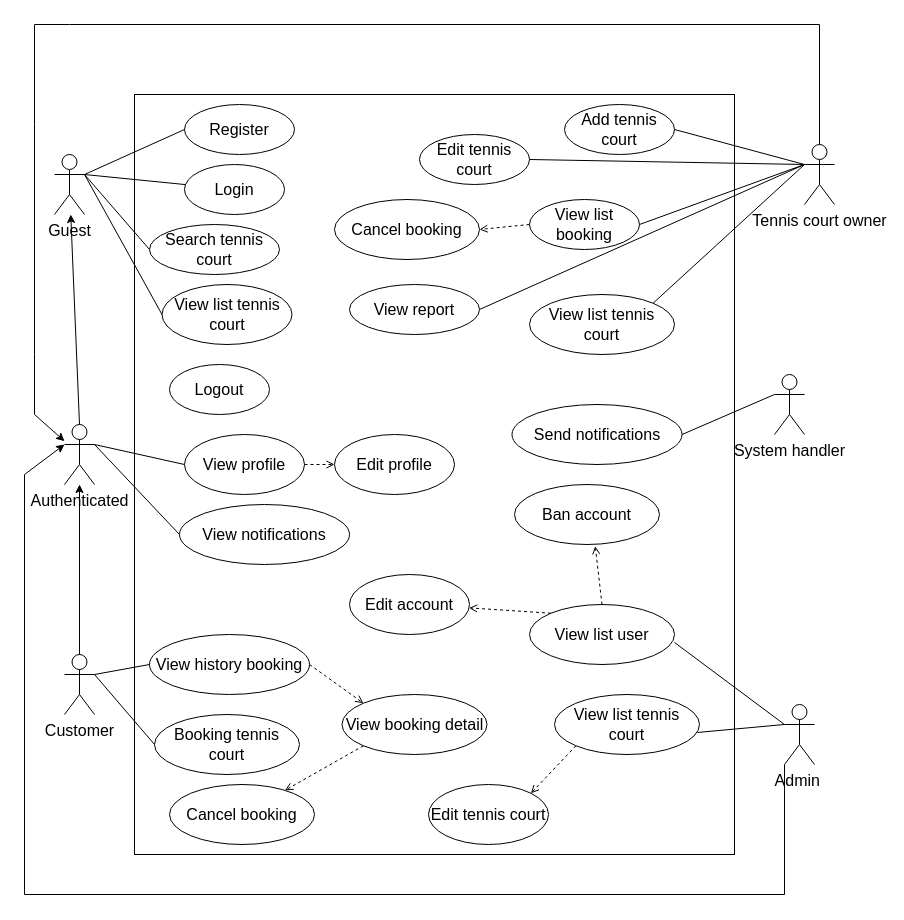
Before: page "System Boundary" (2 of 3) of PrepareDatabase/ERD.drawio in TienVM-02/CourtTennisBooking, a draw.io diagram. Source tidied: cells renumbered, new cells numbered last; positions are measured from the earlier drawing's top-left corner, leaving out a move shared by most shapes. Both pictures are drawn from the tidied source at 100%, with x=0, y=0 at pixel (24, 24).
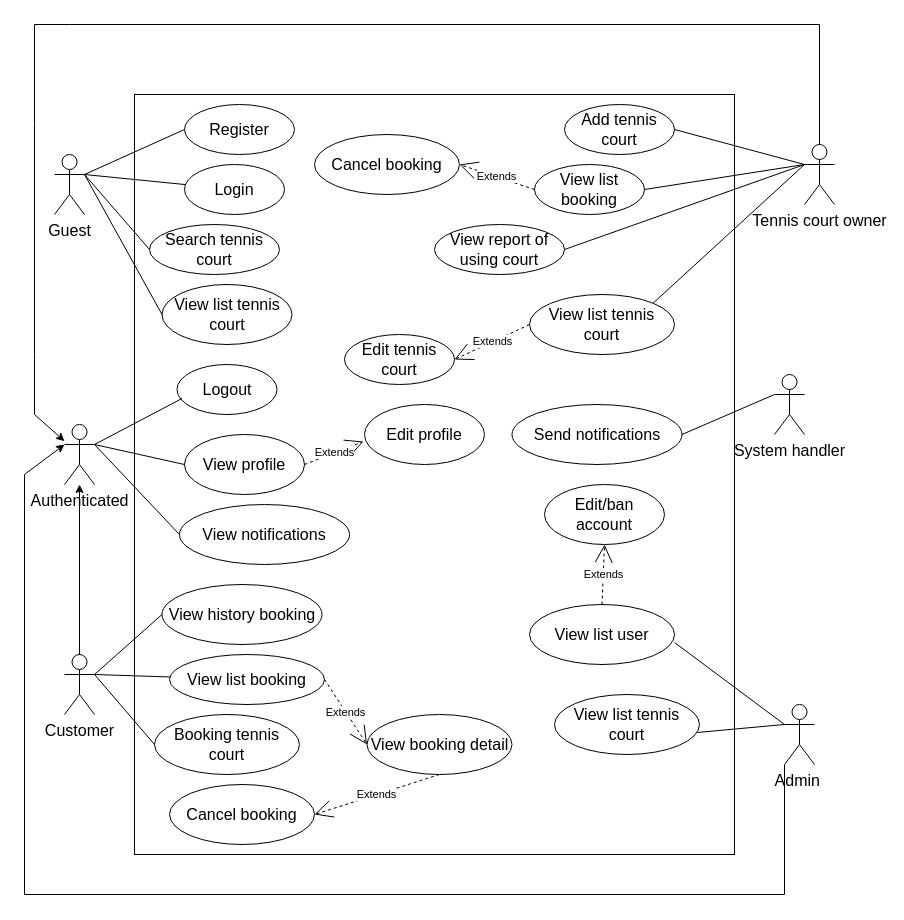
The same page after the edit.

The change refers to these unchanged cells:
```xml
<mxCell id="3" value="Authenticated" style="shape=umlActor;verticalLabelPosition=bottom;verticalAlign=top;html=1;outlineConnect=0;fontSize=16;" parent="1" vertex="1">
  <mxGeometry x="40" y="400" width="30" height="60" as="geometry" />
</mxCell>
<mxCell id="4" value="Guest" style="shape=umlActor;verticalLabelPosition=bottom;verticalAlign=top;html=1;outlineConnect=0;fontSize=16;" parent="1" vertex="1">
  <mxGeometry x="30" y="130" width="30" height="60" as="geometry" />
</mxCell>
<mxCell id="13" value="Customer" style="shape=umlActor;verticalLabelPosition=bottom;verticalAlign=top;html=1;outlineConnect=0;fontSize=16;" parent="1" vertex="1">
  <mxGeometry x="40" y="630" width="30" height="60" as="geometry" />
</mxCell>
<mxCell id="17" value="View profile" style="ellipse;whiteSpace=wrap;html=1;fontSize=16;" parent="1" vertex="1">
  <mxGeometry x="160" y="410" width="120" height="60" as="geometry" />
</mxCell>
<mxCell id="24" value="Cancel booking" style="ellipse;whiteSpace=wrap;html=1;fontSize=16;" parent="1" vertex="1">
  <mxGeometry x="145" y="760" width="145" height="60" as="geometry" />
</mxCell>
<mxCell id="38" value="View list user" style="ellipse;whiteSpace=wrap;html=1;fontSize=16;" parent="1" vertex="1">
  <mxGeometry x="505" y="580" width="145" height="60" as="geometry" />
</mxCell>
<mxCell id="39" value="View list tennis court" style="ellipse;whiteSpace=wrap;html=1;fontSize=16;" parent="1" vertex="1">
  <mxGeometry x="505" y="270" width="145" height="60" as="geometry" />
</mxCell>
<mxCell id="41" value="View list tennis court" style="ellipse;whiteSpace=wrap;html=1;fontSize=16;" parent="1" vertex="1">
  <mxGeometry x="530" y="670" width="145" height="60" as="geometry" />
</mxCell>
```

What changed in the source:
```diff
@@
     <mxCell id="12" value="Logout" style="ellipse;whiteSpace=wrap;html=1;fontSize=16;" parent="1" vertex="1">
-      <mxGeometry x="145" y="340" width="100" height="50" as="geometry" />
+      <mxGeometry x="152.5" y="340" width="100" height="50" as="geometry" />
     </mxCell>
@@
-    <mxCell id="16" style="endArrow=classic;html=1;rounded=0;fontSize=16;exitX=0.5;exitY=0;exitDx=0;exitDy=0;exitPerimeter=0;" parent="1" edge="1" source="3" target="4">
-      <mxGeometry relative="1" as="geometry" />
-    </mxCell>
@@
     <mxCell id="18" value="Edit profile" style="ellipse;whiteSpace=wrap;html=1;fontSize=16;" parent="1" vertex="1">
-      <mxGeometry x="310" y="410" width="120" height="60" as="geometry" />
+      <mxGeometry x="340" y="380" width="120" height="60" as="geometry" />
     </mxCell>
-    <mxCell id="19" style="endArrow=open;html=1;rounded=0;fontSize=16;entryX=0;entryY=0.5;entryDx=0;entryDy=0;dashed=1;endFill=0;" parent="1" edge="1" source="17" target="18">
-      <mxGeometry relative="1" as="geometry" />
-    </mxCell>
@@
     <mxCell id="22" value="View history booking" style="ellipse;whiteSpace=wrap;html=1;fontSize=16;" parent="1" vertex="1">
-      <mxGeometry x="125" y="610" width="160" height="60" as="geometry" />
+      <mxGeometry x="137.5" y="560" width="160" height="60" as="geometry" />
     </mxCell>
     <mxCell id="23" value="View booking detail" style="ellipse;whiteSpace=wrap;html=1;fontSize=16;" parent="1" vertex="1">
-      <mxGeometry x="317.5" y="670" width="145" height="60" as="geometry" />
+      <mxGeometry x="342.5" y="690" width="145" height="60" as="geometry" />
     </mxCell>
@@
     <mxCell id="28" value="Edit tennis court" style="ellipse;whiteSpace=wrap;html=1;fontSize=16;" parent="1" vertex="1">
-      <mxGeometry x="395" y="110" width="110" height="50" as="geometry" />
+      <mxGeometry x="320" y="310" width="110" height="50" as="geometry" />
     </mxCell>
@@
     <mxCell id="30" value="Cancel booking" style="ellipse;whiteSpace=wrap;html=1;fontSize=16;" parent="1" vertex="1">
-      <mxGeometry x="310" y="175" width="145" height="60" as="geometry" />
+      <mxGeometry x="290" y="110" width="145" height="60" as="geometry" />
     </mxCell>
@@
-    <mxCell id="32" style="endArrow=none;html=1;rounded=0;fontSize=16;entryX=1;entryY=0.5;entryDx=0;entryDy=0;endFill=0;" parent="1" edge="1" target="28">
-      <mxGeometry relative="1" as="geometry">
-        <mxPoint x="780" y="140" as="sourcePoint" />
-      </mxGeometry>
-    </mxCell>
     <mxCell id="33" value="View list booking" style="ellipse;whiteSpace=wrap;html=1;fontSize=16;" parent="1" vertex="1">
-      <mxGeometry x="505" y="175" width="110" height="50" as="geometry" />
+      <mxGeometry x="510" y="140" width="110" height="50" as="geometry" />
     </mxCell>
@@
-    <mxCell id="35" style="endArrow=open;html=1;rounded=0;fontSize=16;exitX=0;exitY=0.5;exitDx=0;exitDy=0;entryX=1;entryY=0.5;entryDx=0;entryDy=0;endFill=0;dashed=1;" parent="1" edge="1" source="33" target="30">
-      <mxGeometry relative="1" as="geometry" />
-    </mxCell>
-    <mxCell id="36" value="View report" style="ellipse;whiteSpace=wrap;html=1;fontSize=16;" parent="1" vertex="1">
-      <mxGeometry x="325" y="260" width="130" height="50" as="geometry" />
+    <mxCell id="36" value="View report of using court" style="ellipse;whiteSpace=wrap;html=1;fontSize=16;" parent="1" vertex="1">
+      <mxGeometry x="410" y="200" width="130" height="50" as="geometry" />
     </mxCell>
@@
-    <mxCell id="44" value="Ban account" style="ellipse;whiteSpace=wrap;html=1;fontSize=16;" parent="1" vertex="1">
-      <mxGeometry x="490" y="460" width="145" height="60" as="geometry" />
-    </mxCell>
-    <mxCell id="45" style="endArrow=open;html=1;rounded=0;fontSize=16;exitX=0.5;exitY=0;exitDx=0;exitDy=0;entryX=0.557;entryY=1.027;entryDx=0;entryDy=0;entryPerimeter=0;endFill=0;dashed=1;" parent="1" edge="1" source="38" target="44">
-      <mxGeometry relative="1" as="geometry" />
-    </mxCell>
-    <mxCell id="46" value="Edit tennis court" style="ellipse;whiteSpace=wrap;html=1;fontSize=16;" parent="1" vertex="1">
-      <mxGeometry x="404" y="760" width="120" height="60" as="geometry" />
-    </mxCell>
-    <mxCell id="47" value="Edit account" style="ellipse;whiteSpace=wrap;html=1;fontSize=16;" parent="1" vertex="1">
-      <mxGeometry x="325" y="550" width="120" height="60" as="geometry" />
+    <mxCell id="47" value="Edit/ban account" style="ellipse;whiteSpace=wrap;html=1;fontSize=16;" parent="1" vertex="1">
+      <mxGeometry x="520" y="460" width="120" height="60" as="geometry" />
     </mxCell>
-    <mxCell id="48" style="endArrow=open;html=1;rounded=0;fontSize=16;exitX=0;exitY=0;exitDx=0;exitDy=0;endFill=0;dashed=1;" parent="1" edge="1" source="38" target="47">
-      <mxGeometry relative="1" as="geometry" />
-    </mxCell>
@@
+    <mxCell id="60" value="View list booking" style="ellipse;whiteSpace=wrap;html=1;fontSize=16;" parent="1" vertex="1">
+      <mxGeometry x="145" y="630" width="155" height="50" as="geometry" />
+    </mxCell>
+    <mxCell id="61" style="endArrow=none;endFill=0;endSize=12;html=1;rounded=0;fontSize=16;exitX=1;exitY=0.3333333333333333;exitDx=0;exitDy=0;exitPerimeter=0;" parent="1" edge="1" source="13" target="60">
+      <mxGeometry relative="1" as="geometry" />
+    </mxCell>
+    <mxCell id="62" value="Extends" style="endArrow=open;endSize=16;endFill=0;html=1;rounded=0;exitX=1;exitY=0.5;exitDx=0;exitDy=0;entryX=0;entryY=0.5;entryDx=0;entryDy=0;dashed=1;" parent="1" edge="1" source="60" target="23">
+      <mxGeometry relative="1" as="geometry" />
+    </mxCell>
-    <mxCell id="57" style="endArrow=open;html=1;rounded=0;fontSize=16;exitX=0;exitY=1;exitDx=0;exitDy=0;endFill=0;dashed=1;" parent="1" edge="1" source="23" target="24">
+    <mxCell id="57" value="Extends" style="endArrow=open;endSize=16;endFill=0;html=1;rounded=0;exitX=0.5;exitY=1;exitDx=0;exitDy=0;entryX=1;entryY=0.5;entryDx=0;entryDy=0;dashed=1;" parent="1" edge="1" source="23" target="24">
       <mxGeometry relative="1" as="geometry" />
     </mxCell>
-    <mxCell id="58" style="endArrow=open;html=1;rounded=0;fontSize=16;exitX=1;exitY=0.5;exitDx=0;exitDy=0;endFill=0;dashed=1;entryX=0;entryY=0;entryDx=0;entryDy=0;" parent="1" edge="1" source="22" target="23">
-      <mxGeometry relative="1" as="geometry" />
-    </mxCell>
-    <mxCell id="59" style="endArrow=open;html=1;rounded=0;fontSize=16;exitX=0;exitY=1;exitDx=0;exitDy=0;endFill=0;dashed=1;entryX=1;entryY=0;entryDx=0;entryDy=0;" parent="1" edge="1" source="41" target="46">
-      <mxGeometry relative="1" as="geometry" />
-    </mxCell>
+    <mxCell id="48" value="Extends" style="endArrow=open;endSize=16;endFill=0;html=1;rounded=0;exitX=0.5;exitY=0;exitDx=0;exitDy=0;entryX=0.5;entryY=1;entryDx=0;entryDy=0;dashed=1;" parent="1" edge="1" source="38" target="47">
+      <mxGeometry relative="1" as="geometry" />
+    </mxCell>
+    <mxCell id="35" value="Extends" style="endArrow=open;endSize=16;endFill=0;html=1;rounded=0;exitX=0;exitY=0.5;exitDx=0;exitDy=0;entryX=1;entryY=0.5;entryDx=0;entryDy=0;dashed=1;" parent="1" edge="1" source="33" target="30">
+      <mxGeometry relative="1" as="geometry" />
+    </mxCell>
+    <mxCell id="63" value="Extends" style="endArrow=open;endSize=16;endFill=0;html=1;rounded=0;exitX=0;exitY=0.5;exitDx=0;exitDy=0;entryX=1;entryY=0.5;entryDx=0;entryDy=0;dashed=1;" parent="1" edge="1" source="39" target="28">
+      <mxGeometry relative="1" as="geometry" />
+    </mxCell>
+    <mxCell id="64" style="endArrow=none;endFill=0;endSize=12;html=1;rounded=0;fontSize=16;entryX=0.05;entryY=0.68;entryDx=0;entryDy=0;entryPerimeter=0;" parent="1" edge="1" target="12">
+      <mxGeometry relative="1" as="geometry">
+        <mxPoint x="70" y="420" as="sourcePoint" />
+      </mxGeometry>
+    </mxCell>
+    <mxCell id="19" value="Extends" style="endArrow=open;endSize=16;endFill=0;html=1;rounded=0;exitX=1;exitY=0.5;exitDx=0;exitDy=0;entryX=-0.008;entryY=0.617;entryDx=0;entryDy=0;dashed=1;entryPerimeter=0;" parent="1" edge="1" source="17" target="18">
+      <mxGeometry relative="1" as="geometry" />
+    </mxCell>
```
